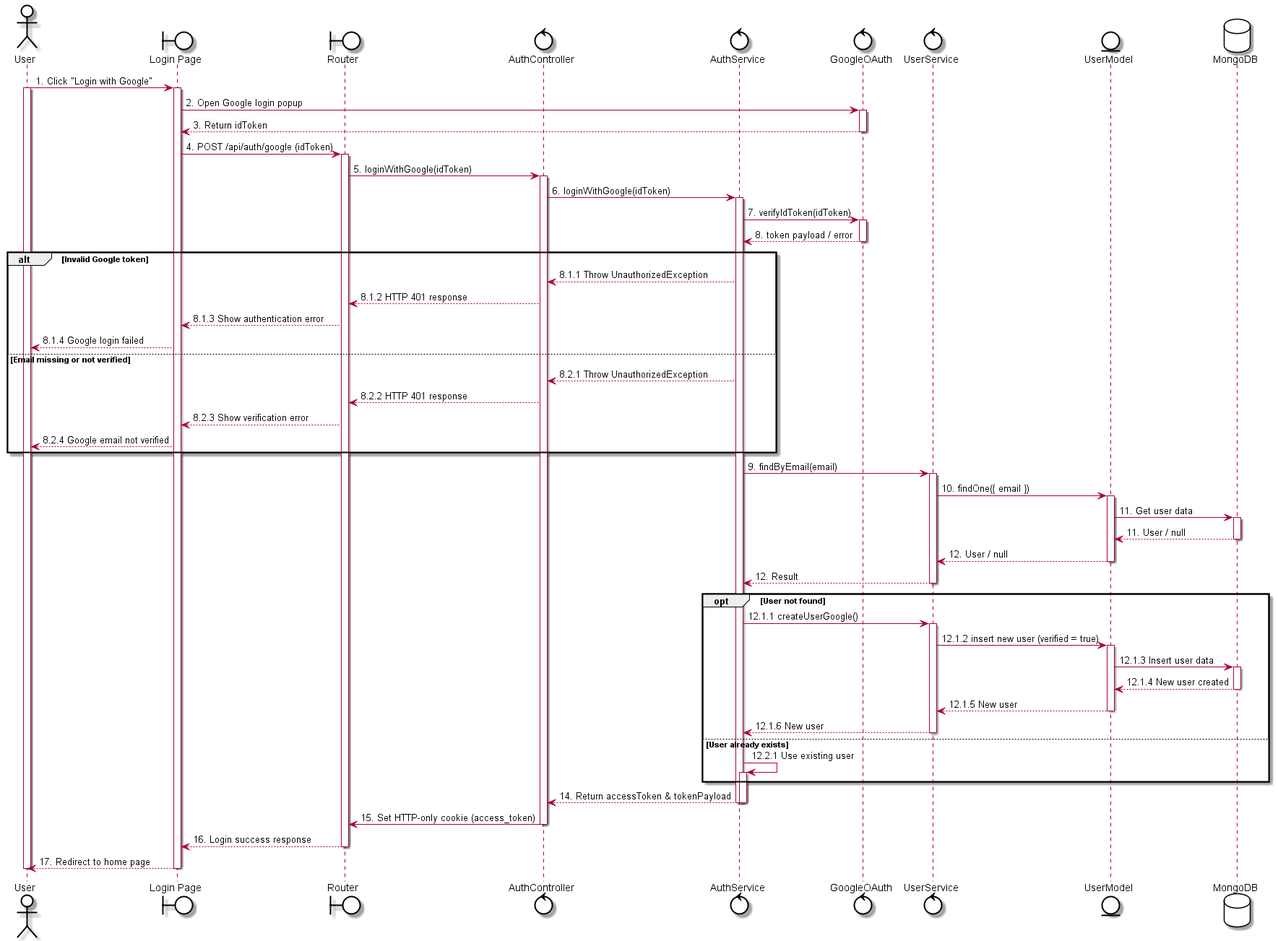
Before: out/uc6 - Google Login/uc6 - Google Login.png, a diagram exported from PlantUML (LGK1412/sequence_sep490_01).
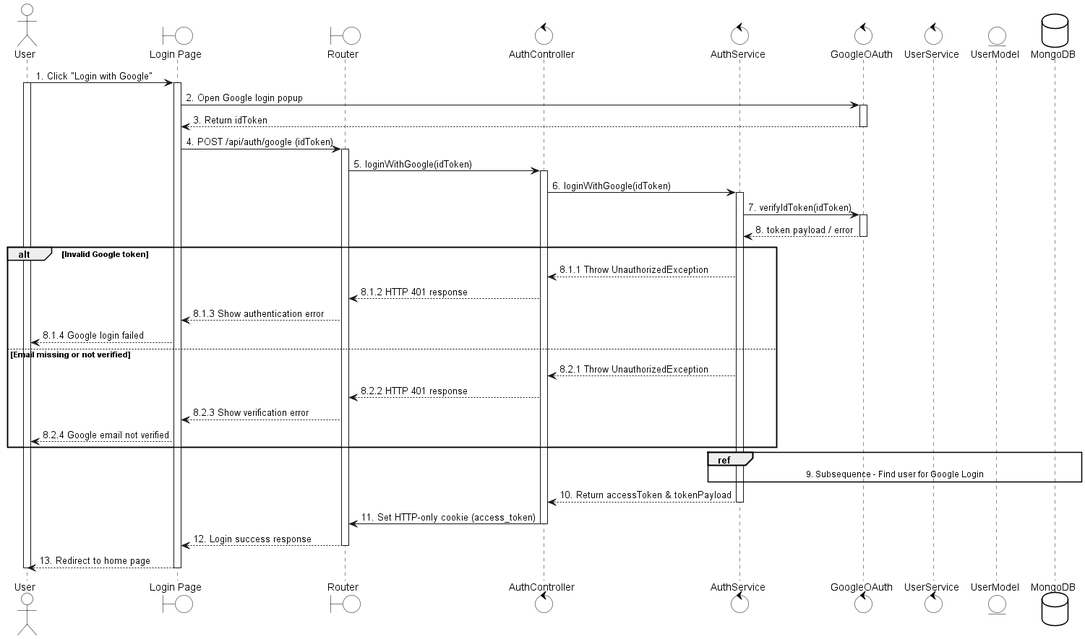
After the commit.

The edit, as a diff of the source:
```diff
@@ -60,48 +60,21 @@
     UI --> User: 8.2.4 Google email not verified
 end
 
-AuthService -> UserService: 9. findByEmail(email)
-activate UserService
-UserService -> UserModel: 10. findOne({ email })
-activate UserModel
-UserModel -> MongoDB: 11. Get user data
-activate MongoDB
-MongoDB --> UserModel: 11. User / null
-deactivate MongoDB
-UserModel --> UserService: 12. User / null
-deactivate UserModel
-UserService --> AuthService: 12. Result
-deactivate UserService
+ref over AuthService, UserService, UserModel, MongoDB
+    9. Subsequence - Find user for Google Login
+end ref
 
-opt User not found
-    AuthService -> UserService: 12.1.1 createUserGoogle()
-    activate UserService
-    UserService -> UserModel: 12.1.2 insert new user (verified = true)
-    activate UserModel
-    UserModel -> MongoDB: 12.1.3 Insert user data
-    activate MongoDB
-    MongoDB --> UserModel: 12.1.4 New user created
-    deactivate MongoDB
-    UserModel --> UserService: 12.1.5 New user
-    deactivate UserModel
-    UserService --> AuthService: 12.1.6 New user
-    deactivate UserService
-else User already exists
-    AuthService -> AuthService: 12.2.1 Use existing user
-    activate AuthService
-end
-
-AuthService --> AuthController: 14. Return accessToken & tokenPayload
+AuthService --> AuthController: 10. Return accessToken & tokenPayload
 deactivate AuthService
 deactivate AuthService
 
-AuthController -> Router: 15. Set HTTP-only cookie (access_token)
+AuthController -> Router: 11. Set HTTP-only cookie (access_token)
 deactivate AuthController
 
-Router --> UI: 16. Login success response
+Router --> UI: 12. Login success response
 deactivate Router
 
-UI --> User: 17. Redirect to home page
+UI --> User: 13. Redirect to home page
 deactivate UI
 deactivate User
 @enduml
```
